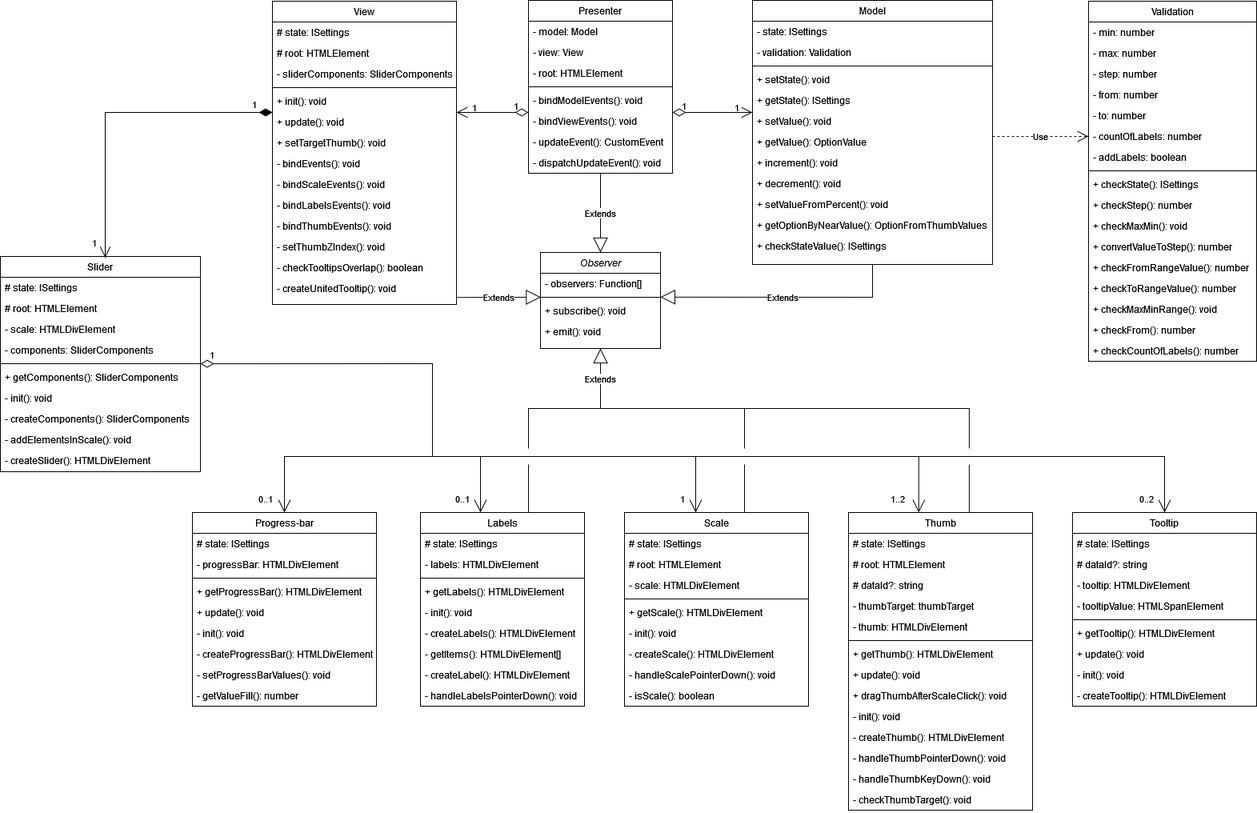
This is slider-plugin.drawio.png from anvyden/slider-plugin, a draw.io export, as it was before one commit. Source tidied: cells renumbered, new cells last; positions are measured from the earlier drawing's top-left corner, leaving out a move shared by most shapes.
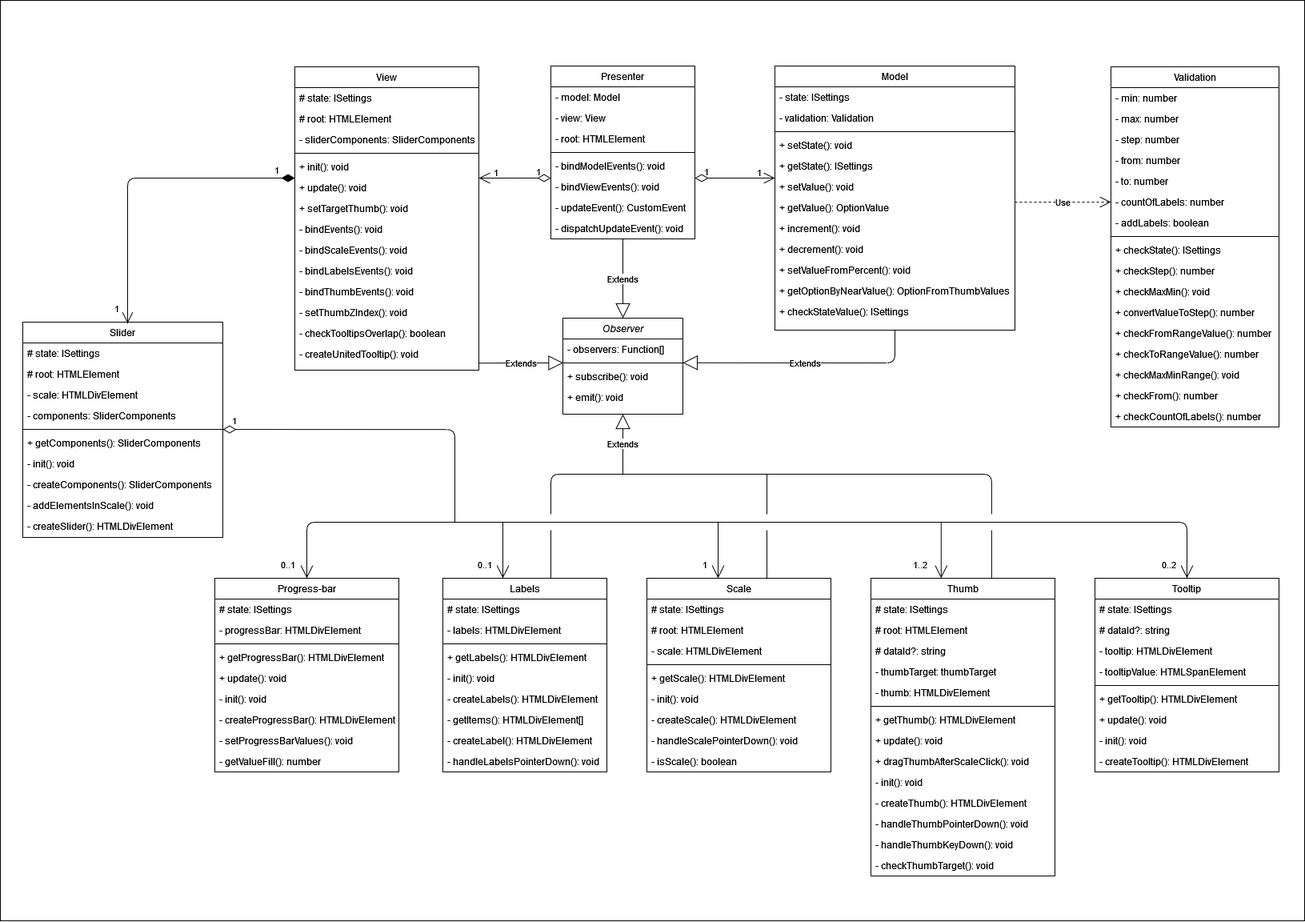
Later version of the same file.

The edit, as a diff of the source:
```diff
@@ -2,6 +2,9 @@
   <root>
     <mxCell id="0" />
     <mxCell id="1" parent="0" />
+    <mxCell id="153" style="rounded=0;whiteSpace=wrap;html=1;" parent="1" vertex="1">
+      <mxGeometry x="-28" y="-82" width="1630" height="1150" as="geometry" />
+    </mxCell>
     <mxCell id="2" value="Presenter" style="swimlane;fontStyle=0;align=center;verticalAlign=top;horizontal=1;startSize=26;rounded=0;shadow=0;strokeWidth=1;spacing=2;" parent="1" vertex="1">
       <mxGeometry x="660" width="180" height="216" as="geometry" />
     </mxCell>
@@ -137,7 +140,7 @@
     <mxCell id="46" value="+ checkCountOfLabels(): number" style="text;align=left;verticalAlign=top;spacingLeft=4;spacingRight=4;overflow=hidden;rounded=0;spacing=2;" parent="29" vertex="1">
       <mxGeometry y="424" width="210" height="26" as="geometry" />
     </mxCell>
-    <mxCell id="47" value="Extends" style="endArrow=block;endSize=16;endFill=0;html=1;rounded=0;exitX=0.5;exitY=1;exitDx=0;exitDy=0;entryX=0.999;entryY=0.475;entryDx=0;entryDy=0;entryPerimeter=0;spacing=2;" parent="1" edge="1" source="16" target="13">
+    <mxCell id="47" value="Extends" style="endArrow=block;endSize=16;endFill=0;html=1;rounded=1;exitX=0.5;exitY=1;exitDx=0;exitDy=0;entryX=0.999;entryY=0.475;entryDx=0;entryDy=0;entryPerimeter=0;spacing=2;" parent="1" edge="1" source="16" target="13">
       <mxGeometry relative="1" as="geometry">
         <Array as="points">
           <mxPoint x="1090" y="371" />
@@ -253,7 +256,7 @@
     <mxCell id="80" value="- createSlider(): HTMLDivElement" style="text;align=left;verticalAlign=top;spacingLeft=4;spacingRight=4;overflow=hidden;rounded=0;spacing=2;" parent="70" vertex="1">
       <mxGeometry y="242" width="250" height="26" as="geometry" />
     </mxCell>
-    <mxCell id="81" style="endArrow=open;html=1;endSize=12;startArrow=diamondThin;startSize=14;startFill=1;edgeStyle=orthogonalEdgeStyle;align=left;verticalAlign=bottom;rounded=0;labelBackgroundColor=none;labelBorderColor=none;fontColor=default;entryX=0.524;entryY=0.002;entryDx=0;entryDy=0;entryPerimeter=0;spacing=2;" parent="1" edge="1">
+    <mxCell id="81" style="endArrow=open;html=1;endSize=12;startArrow=diamondThin;startSize=14;startFill=1;edgeStyle=orthogonalEdgeStyle;align=left;verticalAlign=bottom;rounded=1;labelBackgroundColor=none;labelBorderColor=none;fontColor=default;entryX=0.524;entryY=0.002;entryDx=0;entryDy=0;entryPerimeter=0;spacing=2;" parent="1" edge="1">
       <mxGeometry x="-0.86" y="-9" relative="1" as="geometry">
         <mxPoint x="340" y="140" as="sourcePoint" />
         <mxPoint x="131" y="321.5" as="targetPoint" />
@@ -424,7 +427,7 @@
     <mxCell id="136" value="- createTooltip(): HTMLDivElement" style="text;align=left;verticalAlign=top;spacingLeft=4;spacingRight=4;overflow=hidden;rounded=0;spacing=2;" parent="127" vertex="1">
       <mxGeometry y="216" width="230" height="26" as="geometry" />
     </mxCell>
-    <mxCell id="137" value="Relation" style="endArrow=none;html=1;endSize=12;startArrow=diamondThin;startSize=14;startFill=0;edgeStyle=orthogonalEdgeStyle;rounded=0;labelBackgroundColor=none;labelBorderColor=none;fontColor=none;exitX=1;exitY=0.51;exitDx=0;exitDy=0;exitPerimeter=0;noLabel=1;endFill=0;spacing=2;" parent="1" edge="1" source="75">
+    <mxCell id="137" value="Relation" style="endArrow=none;html=1;endSize=12;startArrow=diamondThin;startSize=14;startFill=0;edgeStyle=orthogonalEdgeStyle;rounded=1;labelBackgroundColor=none;labelBorderColor=none;fontColor=none;exitX=1;exitY=0.51;exitDx=0;exitDy=0;exitPerimeter=0;noLabel=1;endFill=0;spacing=2;" parent="1" edge="1" source="75">
       <mxGeometry relative="1" as="geometry">
         <mxPoint x="540" y="570" as="targetPoint" />
         <Array as="points">
@@ -438,7 +441,7 @@
         <mxPoint x="10" y="-24" as="offset" />
       </mxGeometry>
     </mxCell>
-    <mxCell id="139" style="endArrow=open;html=1;rounded=0;labelBackgroundColor=none;labelBorderColor=none;fontColor=default;edgeStyle=elbowEdgeStyle;elbow=vertical;exitX=0.5;exitY=0;exitDx=0;exitDy=0;entryX=0.5;entryY=0;entryDx=0;entryDy=0;endFill=0;endSize=14;startSize=14;startArrow=open;startFill=0;spacing=2;" parent="1" edge="1" source="92" target="127">
+    <mxCell id="139" style="endArrow=open;html=1;rounded=1;labelBackgroundColor=none;labelBorderColor=none;fontColor=default;edgeStyle=elbowEdgeStyle;elbow=vertical;exitX=0.5;exitY=0;exitDx=0;exitDy=0;entryX=0.5;entryY=0;entryDx=0;entryDy=0;endFill=0;endSize=14;startSize=14;startArrow=open;startFill=0;spacing=2;" parent="1" edge="1" source="92" target="127">
       <mxGeometry relative="1" as="geometry">
         <Array as="points">
           <mxPoint x="900" y="570" />
@@ -484,7 +487,7 @@
         <mxPoint x="930" y="640" as="targetPoint" />
       </mxGeometry>
     </mxCell>
-    <mxCell id="149" style="endArrow=none;html=1;rounded=0;labelBackgroundColor=none;labelBorderColor=none;fontColor=default;startSize=14;endSize=14;elbow=vertical;jumpStyle=gap;jumpSize=20;startArrow=none;startFill=0;endFill=0;edgeStyle=elbowEdgeStyle;exitX=0.656;exitY=0;exitDx=0;exitDy=0;exitPerimeter=0;spacing=2;" parent="1" edge="1" source="112">
+    <mxCell id="149" style="endArrow=none;html=1;rounded=1;labelBackgroundColor=none;labelBorderColor=none;fontColor=default;startSize=14;endSize=14;elbow=vertical;jumpStyle=gap;jumpSize=20;startArrow=none;startFill=0;endFill=0;edgeStyle=elbowEdgeStyle;exitX=0.656;exitY=0;exitDx=0;exitDy=0;exitPerimeter=0;spacing=2;" parent="1" edge="1" source="112">
       <mxGeometry relative="1" as="geometry">
         <mxPoint x="660" y="640" as="targetPoint" />
         <Array as="points">
```
